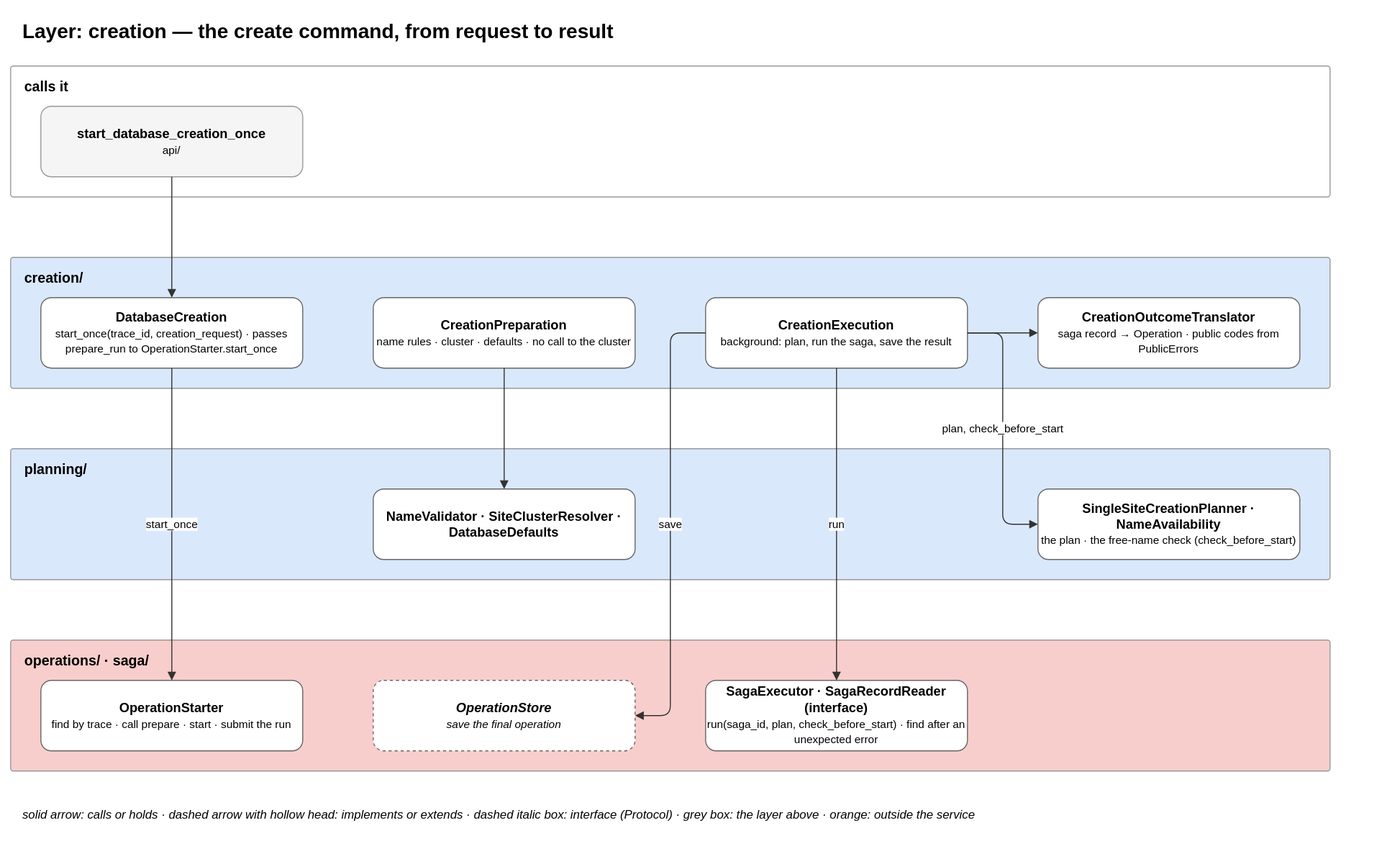
Above: docs/diagrams/04-layer-creation.drawio.svg in EliShteinman/redis-enterprise-services (draw.io), before the change. Source tidied: cells renumbered, new cells last; positions are measured from the earlier drawing's top-left corner, leaving out a move shared by most shapes.
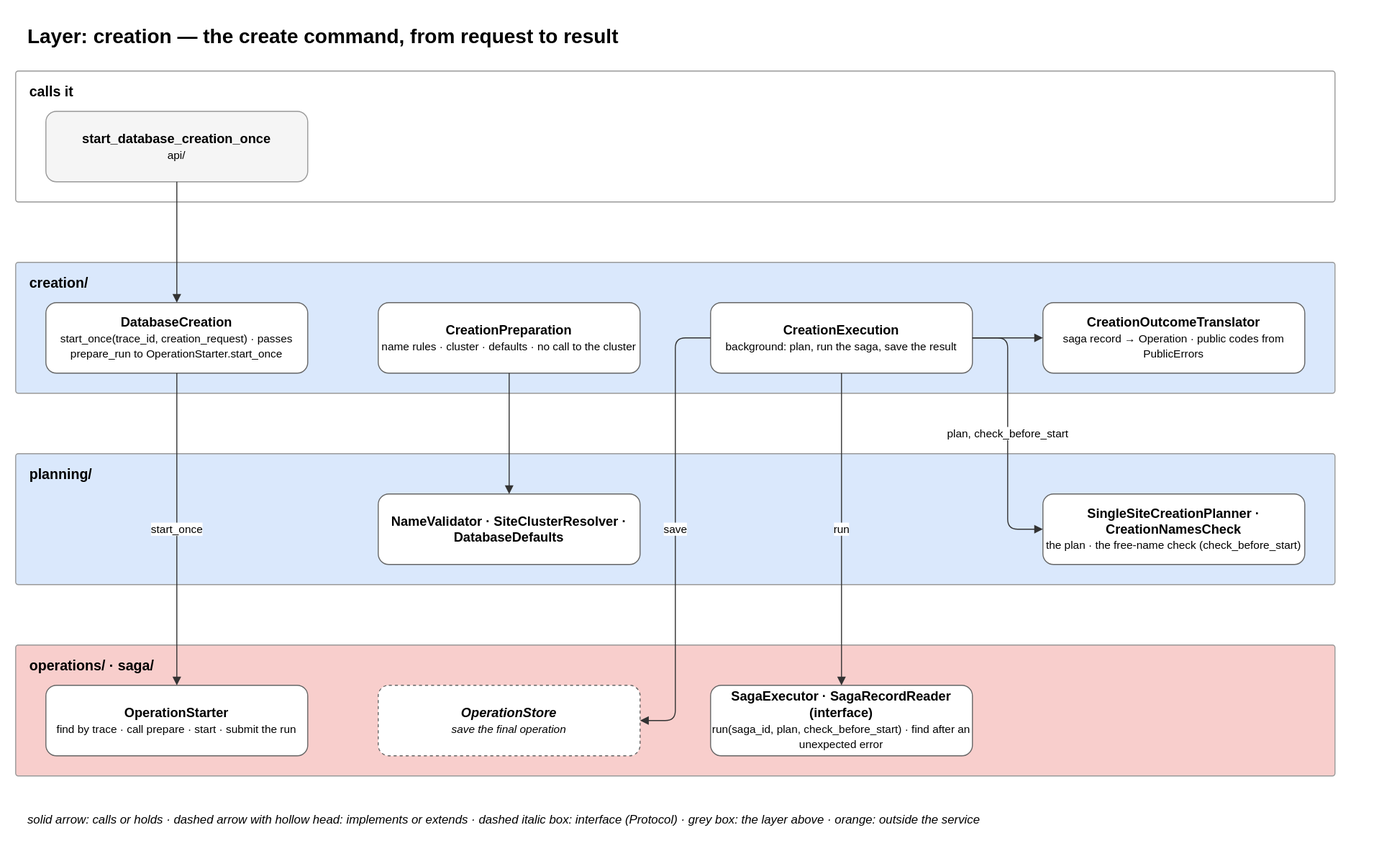
The same file after the commit.

Commit message:
docs: CreationNamesCheck, the status internal_error message, traceparent scope, the sweep's 7-day assumption

Diff of the diagram source:
```diff
@@ -32,7 +32,7 @@
     <mxCell id="11" value="&lt;b&gt;NameValidator · SiteClusterResolver · DatabaseDefaults&lt;/b&gt;" style="rounded=1;whiteSpace=wrap;html=1;fillColor=#ffffff;strokeColor=#666666;fontSize=13;" parent="1" vertex="1">
       <mxGeometry x="360" y="475" width="260" height="70" as="geometry" />
     </mxCell>
-    <mxCell id="12" value="&lt;b&gt;SingleSiteCreationPlanner · NameAvailability&lt;/b&gt;&lt;br&gt;&lt;font style='font-size:11px'&gt;the plan · the free-name check (check_before_start)&lt;/font&gt;" style="rounded=1;whiteSpace=wrap;html=1;fillColor=#ffffff;strokeColor=#666666;fontSize=13;" parent="1" vertex="1">
+    <mxCell id="12" value="&lt;b&gt;SingleSiteCreationPlanner · CreationNamesCheck&lt;/b&gt;&lt;br&gt;&lt;font style='font-size:11px'&gt;the plan · the free-name check (check_before_start)&lt;/font&gt;" style="rounded=1;whiteSpace=wrap;html=1;fillColor=#ffffff;strokeColor=#666666;fontSize=13;" parent="1" vertex="1">
       <mxGeometry x="1020" y="475" width="260" height="70" as="geometry" />
     </mxCell>
     <mxCell id="13" value="&lt;b&gt;operations/ · saga/&lt;/b&gt;" style="rounded=1;arcSize=2;fillColor=#f8cecc;strokeColor=#999999;verticalAlign=top;align=left;spacingLeft=12;spacingTop=6;html=1;fontSize=14;" parent="1" vertex="1">
```
